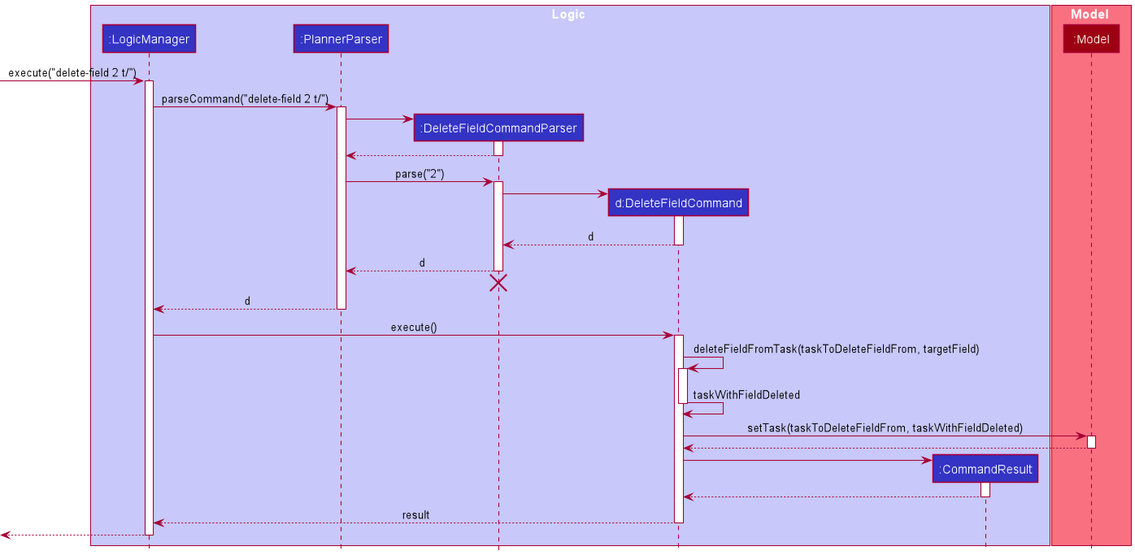
This is docs/images/DeleteFieldSequenceDiagram.png from nus-cs2103-AY2021S2/tp, a PlantUML export, as it was before one commit. Its diagram source:
```plantuml
@startuml
!include style.puml

box Logic LOGIC_COLOR_T1
participant ":LogicManager" as LogicManager LOGIC_COLOR
participant ":PlannerParser" as PlannerParser LOGIC_COLOR
participant ":DeleteFieldCommandParser" as DeleteFieldCommandParser LOGIC_COLOR
participant "d:DeleteFieldCommand" as DeleteFieldCommand LOGIC_COLOR
participant ":CommandResult" as CommandResult LOGIC_COLOR
end box

box Model MODEL_COLOR_T1
participant ":Model" as Model MODEL_COLOR
end box

[-> LogicManager : execute("delete-field 2 t/")
activate LogicManager

LogicManager -> PlannerParser : parseCommand("delete-field 2 t/")
activate PlannerParser

create DeleteFieldCommandParser
PlannerParser -> DeleteFieldCommandParser
activate DeleteFieldCommandParser

DeleteFieldCommandParser --> PlannerParser
deactivate DeleteFieldCommandParser

PlannerParser -> DeleteFieldCommandParser : parse("2")
activate DeleteFieldCommandParser

create DeleteFieldCommand
DeleteFieldCommandParser -> DeleteFieldCommand
activate DeleteFieldCommand

DeleteFieldCommand --> DeleteFieldCommandParser : d
deactivate DeleteFieldCommand

DeleteFieldCommandParser --> PlannerParser : d
deactivate DeleteFieldCommandParser
DeleteFieldCommandParser -[hidden]-> PlannerParser
destroy DeleteFieldCommandParser

PlannerParser --> LogicManager : d
deactivate PlannerParser

LogicManager -> DeleteFieldCommand : execute()
activate DeleteFieldCommand


DeleteFieldCommand -> DeleteFieldCommand : deleteFieldFromTask(taskToDeleteFieldFrom, targetField)
activate DeleteFieldCommand

DeleteFieldCommand -> DeleteFieldCommand : taskWithFieldDeleted
deactivate DeleteFieldCommand

DeleteFieldCommand -> Model : setTask(taskToDeleteFieldFrom, taskWithFieldDeleted)
activate Model

Model --> DeleteFieldCommand
deactivate Model

create CommandResult
DeleteFieldCommand -> CommandResult
activate CommandResult

CommandResult --> DeleteFieldCommand
deactivate CommandResult

DeleteFieldCommand --> LogicManager : result
deactivate DeleteFieldCommand

[<--LogicManager
deactivate LogicManager
@enduml
```
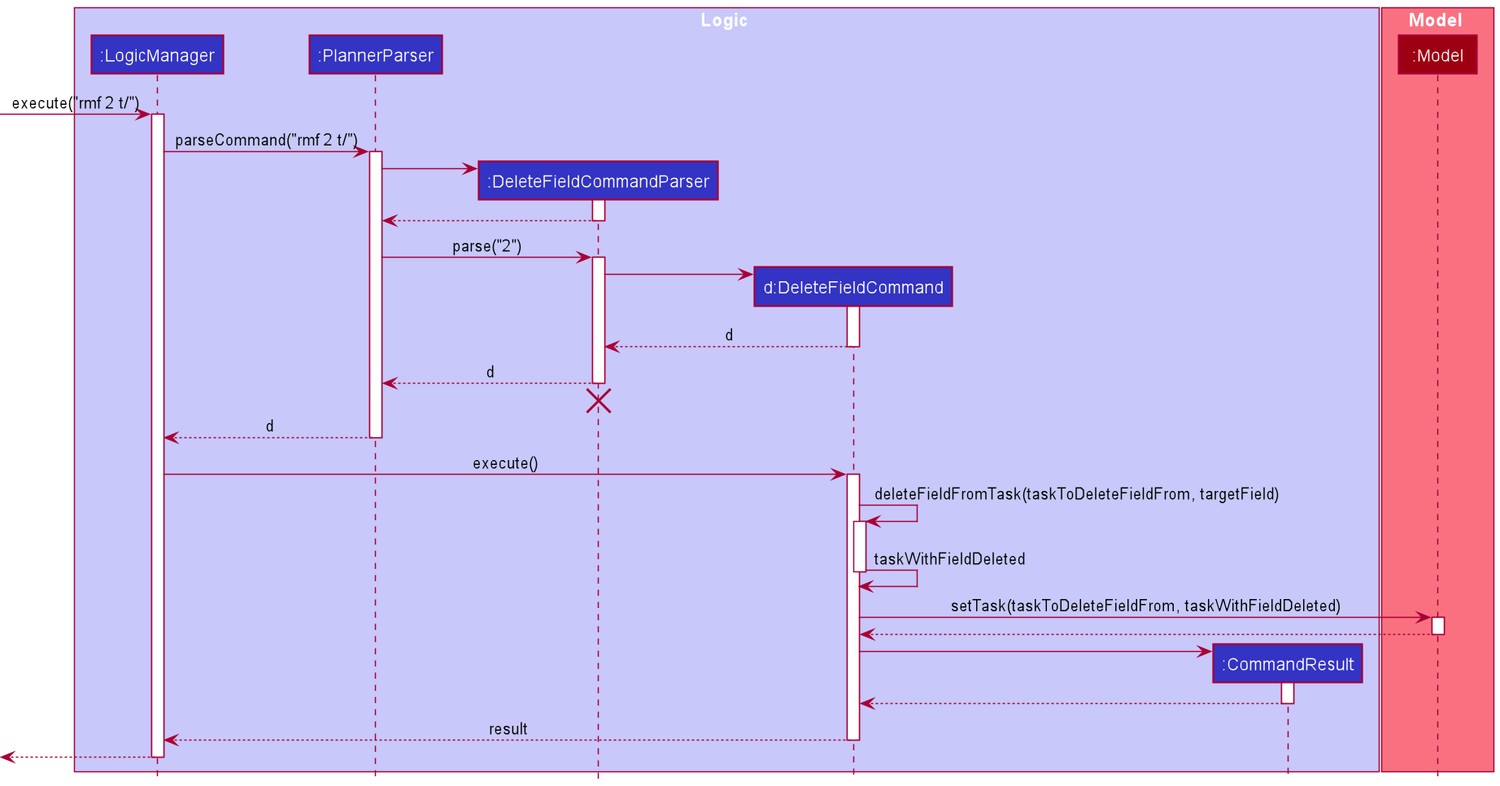
The same diagram one commit later.

What changed in the source:
```diff
@@ -13,10 +13,10 @@
 participant ":Model" as Model MODEL_COLOR
 end box
 
-[-> LogicManager : execute("delete-field 2 t/")
+[-> LogicManager : execute("rmf 2 t/")
 activate LogicManager
 
-LogicManager -> PlannerParser : parseCommand("delete-field 2 t/")
+LogicManager -> PlannerParser : parseCommand("rmf 2 t/")
 activate PlannerParser
 
 create DeleteFieldCommandParser
```
